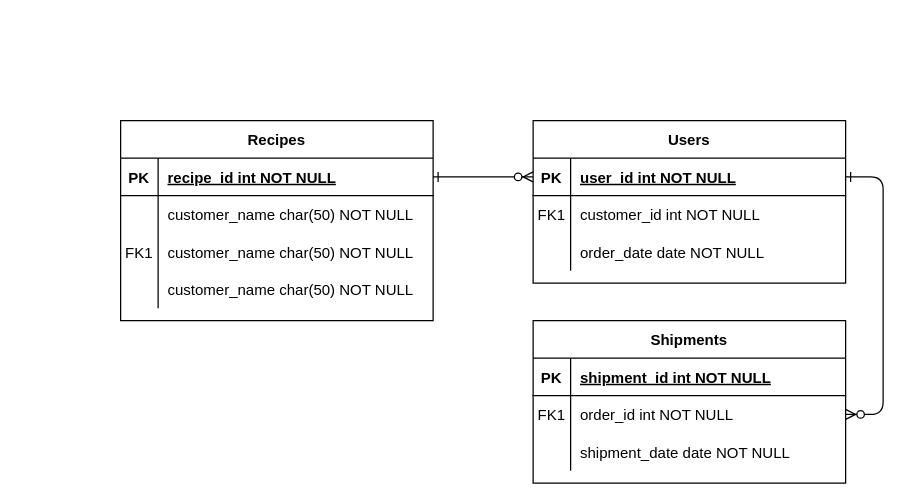
Earlier version of the draw.io diagram 名称未設定ファイル.drawio (shuheitachikawa/db_design). Source tidied: cells renumbered, new cells numbered last; positions are measured from the earlier drawing's top-left corner, leaving out a move shared by most shapes. Both pictures are drawn from the tidied source at 125%, with x=0, y=0 at pixel (120, 120).
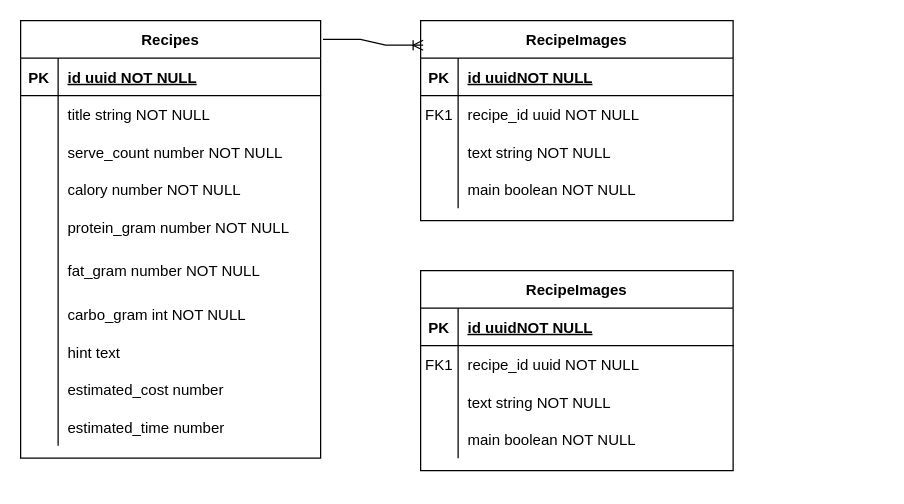
The same diagram, later.

Commit message:
名称未設定ファイル.drawio を更新します

The change refers to these unchanged cells:
```xml
<mxCell id="5" style="shape=partialRectangle;fillColor=none;points=[[0,0.5],[1,0.5]];portConstraint=eastwest;top=0;left=0;right=0;bottom=1;" parent="4" vertex="1">
  <mxGeometry y="30" width="250" height="30" as="geometry" />
</mxCell>
<mxCell id="8" style="shape=partialRectangle;fillColor=none;top=0;left=0;right=0;bottom=0;" parent="4" vertex="1">
  <mxGeometry y="60" width="250" height="30" as="geometry" />
</mxCell>
<mxCell id="11" style="shape=partialRectangle;fillColor=none;top=0;left=0;right=0;bottom=0;" parent="4" vertex="1">
  <mxGeometry y="90" width="250" height="30" as="geometry" />
</mxCell>
```

Diff of the diagram source:
```diff
@@
-    <mxCell id="2" style="edgeStyle=entityRelationEdgeStyle;endArrow=ERzeroToMany;startArrow=ERone;endFill=1;startFill=0;entryX=0;entryY=0.5;entryDx=0;entryDy=0;" parent="1" edge="1" source="25" target="5">
-      <mxGeometry relative="1" as="geometry" />
-    </mxCell>
-    <mxCell id="3" style="edgeStyle=entityRelationEdgeStyle;endArrow=ERzeroToMany;startArrow=ERone;endFill=1;startFill=0;" parent="1" edge="1" source="5" target="18">
-      <mxGeometry relative="1" as="geometry" />
-    </mxCell>
-    <mxCell id="4" value="Users" style="shape=table;startSize=30;childLayout=tableLayout;rowLines=0;fontStyle=1;align=center;" parent="1" vertex="1">
-      <mxGeometry x="330" width="250" height="130" as="geometry" />
+    <mxCell id="4" value="RecipeImages" style="shape=table;startSize=30;childLayout=tableLayout;rowLines=0;fontStyle=1;align=center;" parent="1" vertex="1">
+      <mxGeometry x="240" y="-80" width="250" height="160" as="geometry" />
     </mxCell>
@@
-    <mxCell id="7" value="user_id int NOT NULL " style="shape=partialRectangle;overflow=hidden;fillColor=none;top=0;left=0;bottom=0;right=0;align=left;spacingLeft=6;fontStyle=5;" parent="5" vertex="1">
+    <mxCell id="7" value="id uuidNOT NULL " style="shape=partialRectangle;overflow=hidden;fillColor=none;top=0;left=0;bottom=0;right=0;align=left;spacingLeft=6;fontStyle=5;" parent="5" vertex="1">
       <mxGeometry x="30" width="220" height="30" as="geometry" />
     </mxCell>
@@
-    <mxCell id="10" value="customer_id int NOT NULL" style="shape=partialRectangle;overflow=hidden;fillColor=none;top=0;left=0;bottom=0;right=0;align=left;spacingLeft=6;" parent="8" vertex="1">
+    <mxCell id="10" value="recipe_id uuid NOT NULL" style="shape=partialRectangle;overflow=hidden;fillColor=none;top=0;left=0;bottom=0;right=0;align=left;spacingLeft=6;" parent="8" vertex="1">
       <mxGeometry x="30" width="220" height="30" as="geometry" />
     </mxCell>
@@
-    <mxCell id="13" value="order_date date NOT NULL" style="shape=partialRectangle;overflow=hidden;fillColor=none;top=0;left=0;bottom=0;right=0;align=left;spacingLeft=6;" parent="11" vertex="1">
+    <mxCell id="13" value="text string NOT NULL" style="shape=partialRectangle;overflow=hidden;fillColor=none;top=0;left=0;bottom=0;right=0;align=left;spacingLeft=6;" parent="11" vertex="1">
       <mxGeometry x="30" width="220" height="30" as="geometry" />
     </mxCell>
-    <mxCell id="14" value="Shipments" style="shape=table;startSize=30;childLayout=tableLayout;rowLines=0;fontStyle=1;align=center;" parent="1" vertex="1">
-      <mxGeometry x="330" y="160" width="250" height="130" as="geometry" />
-    </mxCell>
-    <mxCell id="15" style="shape=partialRectangle;fillColor=none;top=0;left=0;right=0;bottom=1;" parent="14" vertex="1">
-      <mxGeometry y="30" width="250" height="30" as="geometry" />
-    </mxCell>
-    <mxCell id="16" value="PK" style="shape=partialRectangle;overflow=hidden;fillColor=none;top=0;left=0;bottom=0;right=0;fontStyle=1;" parent="15" vertex="1">
-      <mxGeometry width="30" height="30" as="geometry" />
-    </mxCell>
-    <mxCell id="17" value="shipment_id int NOT NULL " style="shape=partialRectangle;overflow=hidden;fillColor=none;top=0;left=0;bottom=0;right=0;align=left;spacingLeft=6;fontStyle=5;" parent="15" vertex="1">
-      <mxGeometry x="30" width="220" height="30" as="geometry" />
-    </mxCell>
-    <mxCell id="18" style="shape=partialRectangle;fillColor=none;points=[[0,0.5],[1,0.5]];portConstraint=eastwest;top=0;left=0;right=0;bottom=0;" parent="14" vertex="1">
-      <mxGeometry y="60" width="250" height="30" as="geometry" />
-    </mxCell>
-    <mxCell id="19" value="FK1" style="shape=partialRectangle;overflow=hidden;fillColor=none;top=0;left=0;bottom=0;right=0;" parent="18" vertex="1">
-      <mxGeometry width="30" height="30" as="geometry" />
-    </mxCell>
-    <mxCell id="20" value="order_id int NOT NULL" style="shape=partialRectangle;overflow=hidden;fillColor=none;top=0;left=0;bottom=0;right=0;align=left;spacingLeft=6;" parent="18" vertex="1">
-      <mxGeometry x="30" width="220" height="30" as="geometry" />
-    </mxCell>
-    <mxCell id="21" style="shape=partialRectangle;fillColor=none;top=0;left=0;right=0;bottom=0;" parent="14" vertex="1">
-      <mxGeometry y="90" width="250" height="30" as="geometry" />
-    </mxCell>
-    <mxCell id="22" style="shape=partialRectangle;overflow=hidden;fillColor=none;top=0;left=0;bottom=0;right=0;" parent="21" vertex="1">
-      <mxGeometry width="30" height="30" as="geometry" />
-    </mxCell>
-    <mxCell id="23" value="shipment_date date NOT NULL" style="shape=partialRectangle;overflow=hidden;fillColor=none;top=0;left=0;bottom=0;right=0;align=left;spacingLeft=6;" parent="21" vertex="1">
-      <mxGeometry x="30" width="220" height="30" as="geometry" />
-    </mxCell>
+    <mxCell id="37" style="shape=partialRectangle;fillColor=none;top=0;left=0;right=0;bottom=0;" parent="4" vertex="1">
+      <mxGeometry y="120" width="250" height="30" as="geometry" />
+    </mxCell>
+    <mxCell id="38" style="shape=partialRectangle;overflow=hidden;fillColor=none;top=0;left=0;bottom=0;right=0;" parent="37" vertex="1">
+      <mxGeometry width="30" height="30" as="geometry" />
+    </mxCell>
+    <mxCell id="39" value="main boolean NOT NULL" style="shape=partialRectangle;overflow=hidden;fillColor=none;top=0;left=0;bottom=0;right=0;align=left;spacingLeft=6;" parent="37" vertex="1">
+      <mxGeometry x="30" width="220" height="30" as="geometry" />
+    </mxCell>
     <mxCell id="24" value="Recipes" style="shape=table;startSize=30;childLayout=tableLayout;rowLines=0;fontStyle=1;align=center;" parent="1" vertex="1">
-      <mxGeometry width="250" height="160" as="geometry" />
+      <mxGeometry x="-80" y="-80" width="240" height="350" as="geometry" />
     </mxCell>
     <mxCell id="25" style="shape=partialRectangle;fillColor=none;points=[[0,0.5],[1,0.5]];portConstraint=eastwest;top=0;left=0;right=0;bottom=1;" parent="24" vertex="1">
-      <mxGeometry y="30" width="250" height="30" as="geometry" />
+      <mxGeometry y="30" width="240" height="30" as="geometry" />
     </mxCell>
@@
-    <mxCell id="27" value="recipe_id int NOT NULL " style="shape=partialRectangle;overflow=hidden;fillColor=none;top=0;left=0;bottom=0;right=0;align=left;spacingLeft=6;fontStyle=5;" parent="25" vertex="1">
-      <mxGeometry x="30" width="220" height="30" as="geometry" />
+    <mxCell id="27" value="id uuid NOT NULL " style="shape=partialRectangle;overflow=hidden;fillColor=none;top=0;left=0;bottom=0;right=0;align=left;spacingLeft=6;fontStyle=5;" parent="25" vertex="1">
+      <mxGeometry x="30" width="210" height="30" as="geometry" />
     </mxCell>
     <mxCell id="28" style="shape=partialRectangle;fillColor=none;top=0;left=0;right=0;bottom=0;" parent="24" vertex="1">
-      <mxGeometry y="60" width="250" height="30" as="geometry" />
+      <mxGeometry y="60" width="240" height="30" as="geometry" />
     </mxCell>
@@
-    <mxCell id="30" value="customer_name char(50) NOT NULL" style="shape=partialRectangle;overflow=hidden;fillColor=none;top=0;left=0;bottom=0;right=0;align=left;spacingLeft=6;" parent="28" vertex="1">
-      <mxGeometry x="30" width="220" height="30" as="geometry" />
+    <mxCell id="30" value="title string NOT NULL" style="shape=partialRectangle;overflow=hidden;fillColor=none;top=0;left=0;bottom=0;right=0;align=left;spacingLeft=6;" parent="28" vertex="1">
+      <mxGeometry x="30" width="210" height="30" as="geometry" />
     </mxCell>
     <mxCell id="31" style="shape=partialRectangle;fillColor=none;top=0;left=0;right=0;bottom=0;" parent="24" vertex="1">
-      <mxGeometry y="90" width="250" height="30" as="geometry" />
+      <mxGeometry y="90" width="240" height="30" as="geometry" />
     </mxCell>
-    <mxCell id="32" value="FK1" style="shape=partialRectangle;overflow=hidden;fillColor=none;top=0;left=0;bottom=0;right=0;" parent="31" vertex="1">
+    <mxCell id="32" style="shape=partialRectangle;overflow=hidden;fillColor=none;top=0;left=0;bottom=0;right=0;" parent="31" vertex="1">
       <mxGeometry width="30" height="30" as="geometry" />
     </mxCell>
-    <mxCell id="33" value="customer_name char(50) NOT NULL" style="shape=partialRectangle;overflow=hidden;fillColor=none;top=0;left=0;bottom=0;right=0;align=left;spacingLeft=6;" parent="31" vertex="1">
-      <mxGeometry x="30" width="220" height="30" as="geometry" />
+    <mxCell id="33" value="serve_count number NOT NULL" style="shape=partialRectangle;overflow=hidden;fillColor=none;top=0;left=0;bottom=0;right=0;align=left;spacingLeft=6;" parent="31" vertex="1">
+      <mxGeometry x="30" width="210" height="30" as="geometry" />
     </mxCell>
+    <mxCell id="40" style="shape=partialRectangle;fillColor=none;top=0;left=0;right=0;bottom=0;" parent="24" vertex="1">
+      <mxGeometry y="120" width="240" height="30" as="geometry" />
+    </mxCell>
+    <mxCell id="41" style="shape=partialRectangle;overflow=hidden;fillColor=none;top=0;left=0;bottom=0;right=0;" parent="40" vertex="1">
+      <mxGeometry width="30" height="30" as="geometry" />
+    </mxCell>
+    <mxCell id="42" value="calory number NOT NULL" style="shape=partialRectangle;overflow=hidden;fillColor=none;top=0;left=0;bottom=0;right=0;align=left;spacingLeft=6;" parent="40" vertex="1">
+      <mxGeometry x="30" width="210" height="30" as="geometry" />
+    </mxCell>
+    <mxCell id="43" style="shape=partialRectangle;fillColor=none;top=0;left=0;right=0;bottom=0;" parent="24" vertex="1">
+      <mxGeometry y="150" width="240" height="30" as="geometry" />
+    </mxCell>
+    <mxCell id="44" style="shape=partialRectangle;overflow=hidden;fillColor=none;top=0;left=0;bottom=0;right=0;" parent="43" vertex="1">
+      <mxGeometry width="30" height="30" as="geometry" />
+    </mxCell>
+    <mxCell id="45" value="protein_gram number NOT NULL" style="shape=partialRectangle;overflow=hidden;fillColor=none;top=0;left=0;bottom=0;right=0;align=left;spacingLeft=6;" parent="43" vertex="1">
+      <mxGeometry x="30" width="210" height="30" as="geometry" />
+    </mxCell>
+    <mxCell id="46" style="shape=partialRectangle;fillColor=none;top=0;left=0;right=0;bottom=0;" parent="24" vertex="1">
+      <mxGeometry y="180" width="240" height="40" as="geometry" />
+    </mxCell>
+    <mxCell id="47" style="shape=partialRectangle;overflow=hidden;fillColor=none;top=0;left=0;bottom=0;right=0;" parent="46" vertex="1">
+      <mxGeometry width="30" height="40" as="geometry" />
+    </mxCell>
+    <mxCell id="48" value="fat_gram number NOT NULL" style="shape=partialRectangle;overflow=hidden;fillColor=none;top=0;left=0;bottom=0;right=0;align=left;spacingLeft=6;" parent="46" vertex="1">
+      <mxGeometry x="30" width="210" height="40" as="geometry" />
+    </mxCell>
+    <mxCell id="49" style="shape=partialRectangle;fillColor=none;top=0;left=0;right=0;bottom=0;" parent="24" vertex="1">
+      <mxGeometry y="220" width="240" height="30" as="geometry" />
+    </mxCell>
+    <mxCell id="50" style="shape=partialRectangle;overflow=hidden;fillColor=none;top=0;left=0;bottom=0;right=0;" parent="49" vertex="1">
+      <mxGeometry width="30" height="30" as="geometry" />
+    </mxCell>
+    <mxCell id="51" value="carbo_gram int NOT NULL" style="shape=partialRectangle;overflow=hidden;fillColor=none;top=0;left=0;bottom=0;right=0;align=left;spacingLeft=6;" parent="49" vertex="1">
+      <mxGeometry x="30" width="210" height="30" as="geometry" />
+    </mxCell>
+    <mxCell id="52" style="shape=partialRectangle;fillColor=none;top=0;left=0;right=0;bottom=0;" parent="24" vertex="1">
+      <mxGeometry y="250" width="240" height="30" as="geometry" />
+    </mxCell>
+    <mxCell id="53" style="shape=partialRectangle;overflow=hidden;fillColor=none;top=0;left=0;bottom=0;right=0;" parent="52" vertex="1">
+      <mxGeometry width="30" height="30" as="geometry" />
+    </mxCell>
+    <mxCell id="54" value="hint text" style="shape=partialRectangle;overflow=hidden;fillColor=none;top=0;left=0;bottom=0;right=0;align=left;spacingLeft=6;" parent="52" vertex="1">
+      <mxGeometry x="30" width="210" height="30" as="geometry" />
+    </mxCell>
+    <mxCell id="55" style="shape=partialRectangle;fillColor=none;top=0;left=0;right=0;bottom=0;" parent="24" vertex="1">
+      <mxGeometry y="280" width="240" height="30" as="geometry" />
+    </mxCell>
+    <mxCell id="56" style="shape=partialRectangle;overflow=hidden;fillColor=none;top=0;left=0;bottom=0;right=0;" parent="55" vertex="1">
+      <mxGeometry width="30" height="30" as="geometry" />
+    </mxCell>
+    <mxCell id="57" value="estimated_cost number" style="shape=partialRectangle;overflow=hidden;fillColor=none;top=0;left=0;bottom=0;right=0;align=left;spacingLeft=6;" parent="55" vertex="1">
+      <mxGeometry x="30" width="210" height="30" as="geometry" />
+    </mxCell>
     <mxCell id="34" style="shape=partialRectangle;fillColor=none;top=0;left=0;right=0;bottom=0;" parent="24" vertex="1">
-      <mxGeometry y="120" width="250" height="30" as="geometry" />
+      <mxGeometry y="310" width="240" height="30" as="geometry" />
     </mxCell>
@@
-    <mxCell id="36" value="customer_name char(50) NOT NULL" style="shape=partialRectangle;overflow=hidden;fillColor=none;top=0;left=0;bottom=0;right=0;align=left;spacingLeft=6;" parent="34" vertex="1">
-      <mxGeometry x="30" width="220" height="30" as="geometry" />
+    <mxCell id="36" value="estimated_time number" style="shape=partialRectangle;overflow=hidden;fillColor=none;top=0;left=0;bottom=0;right=0;align=left;spacingLeft=6;" parent="34" vertex="1">
+      <mxGeometry x="30" width="210" height="30" as="geometry" />
     </mxCell>
+    <mxCell id="58" style="edgeStyle=entityRelationEdgeStyle;fontSize=12;html=1;endArrow=ERoneToMany;rounded=0;entryX=0.008;entryY=0.123;entryDx=0;entryDy=0;entryPerimeter=0;exitX=1.008;exitY=0.043;exitDx=0;exitDy=0;exitPerimeter=0;" parent="1" edge="1" source="24" target="4">
+      <mxGeometry relative="1" as="geometry" />
+    </mxCell>
+    <mxCell id="59" value="RecipeImages" style="shape=table;startSize=30;childLayout=tableLayout;rowLines=0;fontStyle=1;align=center;" parent="1" vertex="1">
+      <mxGeometry x="240" y="120" width="250" height="160" as="geometry" />
+    </mxCell>
+    <mxCell id="15" style="shape=partialRectangle;fillColor=none;top=0;left=0;right=0;bottom=1;" parent="59" vertex="1">
+      <mxGeometry y="30" width="250" height="30" as="geometry" />
+    </mxCell>
+    <mxCell id="16" value="PK" style="shape=partialRectangle;overflow=hidden;fillColor=none;top=0;left=0;bottom=0;right=0;fontStyle=1;" parent="15" vertex="1">
+      <mxGeometry width="30" height="30" as="geometry" />
+    </mxCell>
+    <mxCell id="60" value="id uuidNOT NULL " style="shape=partialRectangle;overflow=hidden;fillColor=none;top=0;left=0;bottom=0;right=0;align=left;spacingLeft=6;fontStyle=5;" parent="15" vertex="1">
+      <mxGeometry x="30" width="220" height="30" as="geometry" />
+    </mxCell>
+    <mxCell id="18" style="shape=partialRectangle;fillColor=none;points=[[0,0.5],[1,0.5]];portConstraint=eastwest;top=0;left=0;right=0;bottom=0;" parent="59" vertex="1">
+      <mxGeometry y="60" width="250" height="30" as="geometry" />
+    </mxCell>
+    <mxCell id="19" value="FK1" style="shape=partialRectangle;overflow=hidden;fillColor=none;top=0;left=0;bottom=0;right=0;" parent="18" vertex="1">
+      <mxGeometry width="30" height="30" as="geometry" />
+    </mxCell>
+    <mxCell id="61" value="recipe_id uuid NOT NULL" style="shape=partialRectangle;overflow=hidden;fillColor=none;top=0;left=0;bottom=0;right=0;align=left;spacingLeft=6;" parent="18" vertex="1">
+      <mxGeometry x="30" width="220" height="30" as="geometry" />
+    </mxCell>
+    <mxCell id="21" style="shape=partialRectangle;fillColor=none;top=0;left=0;right=0;bottom=0;" parent="59" vertex="1">
+      <mxGeometry y="90" width="250" height="30" as="geometry" />
+    </mxCell>
+    <mxCell id="62" style="shape=partialRectangle;overflow=hidden;fillColor=none;top=0;left=0;bottom=0;right=0;" parent="21" vertex="1">
+      <mxGeometry width="30" height="30" as="geometry" />
+    </mxCell>
+    <mxCell id="63" value="text string NOT NULL" style="shape=partialRectangle;overflow=hidden;fillColor=none;top=0;left=0;bottom=0;right=0;align=left;spacingLeft=6;" parent="21" vertex="1">
+      <mxGeometry x="30" width="220" height="30" as="geometry" />
+    </mxCell>
+    <mxCell id="64" style="shape=partialRectangle;fillColor=none;top=0;left=0;right=0;bottom=0;" parent="59" vertex="1">
+      <mxGeometry y="120" width="250" height="30" as="geometry" />
+    </mxCell>
+    <mxCell id="65" style="shape=partialRectangle;overflow=hidden;fillColor=none;top=0;left=0;bottom=0;right=0;" parent="64" vertex="1">
+      <mxGeometry width="30" height="30" as="geometry" />
+    </mxCell>
+    <mxCell id="66" value="main boolean NOT NULL" style="shape=partialRectangle;overflow=hidden;fillColor=none;top=0;left=0;bottom=0;right=0;align=left;spacingLeft=6;" parent="64" vertex="1">
+      <mxGeometry x="30" width="220" height="30" as="geometry" />
+    </mxCell>
```
